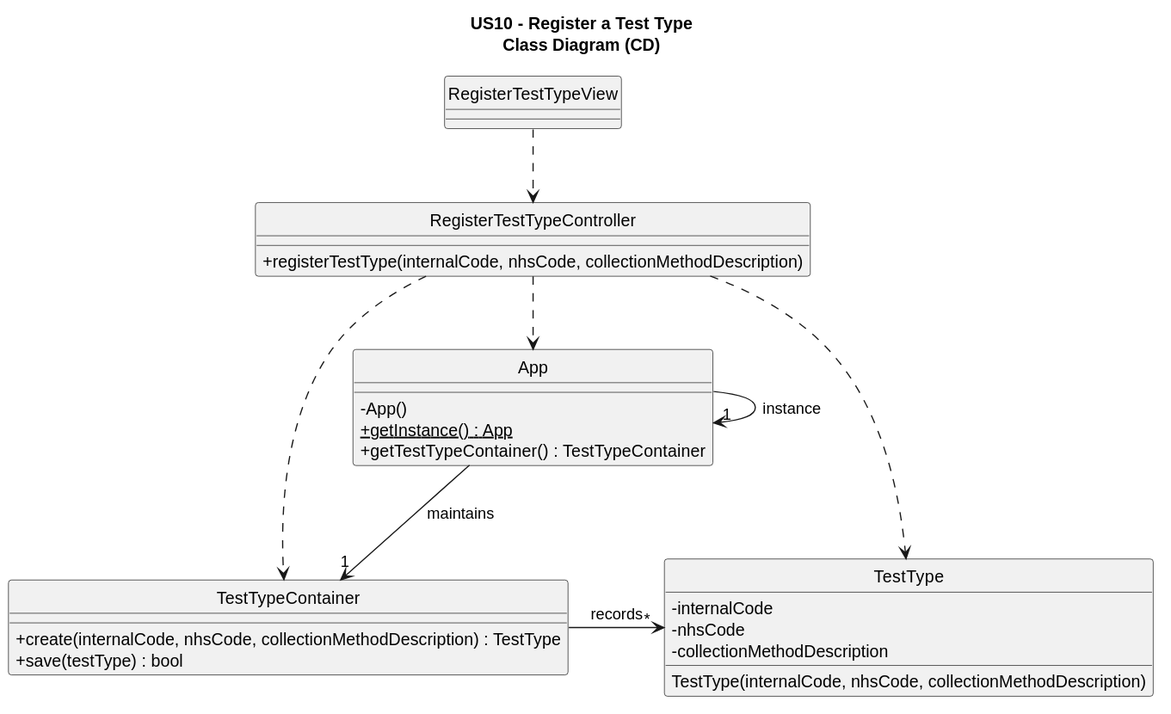
This is docs/system-documentation/US10/svg/US10-CD.svg from jmaia574/leti-esoft-26-27-B6, a PlantUML export, as it was before one commit.
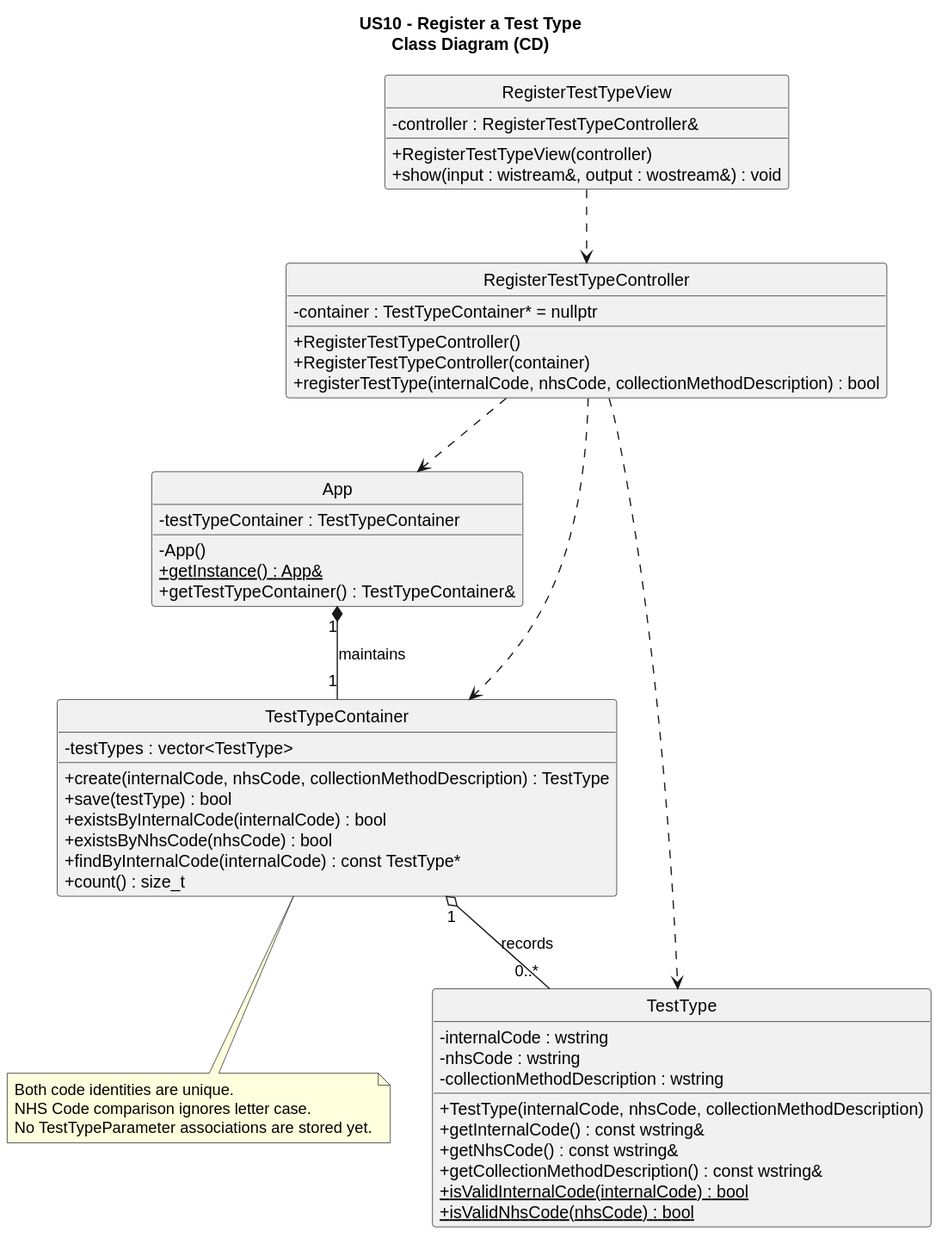
The same file after the commit.

What changed in the source:
```diff
@@ -5,36 +5,58 @@
 skinparam classAttributeIconSize 0
 
 class RegisterTestTypeView {
+    -controller : RegisterTestTypeController&
+    +RegisterTestTypeView(controller)
+    +show(input : wistream&, output : wostream&) : void
 }
 
 class RegisterTestTypeController {
-    +registerTestType(internalCode, nhsCode, collectionMethodDescription)
+    -container : TestTypeContainer* = nullptr
+    +RegisterTestTypeController()
+    +RegisterTestTypeController(container)
+    +registerTestType(internalCode, nhsCode, collectionMethodDescription) : bool
 }
 
 class App {
     - App()
-    +{static} getInstance() : App
-    +getTestTypeContainer() : TestTypeContainer
+    -testTypeContainer : TestTypeContainer
+    +{static} getInstance() : App&
+    +getTestTypeContainer() : TestTypeContainer&
 }
 
 class TestTypeContainer {
+    -testTypes : vector<TestType>
     +create(internalCode, nhsCode, collectionMethodDescription) : TestType
     +save(testType) : bool
+    +existsByInternalCode(internalCode) : bool
+    +existsByNhsCode(nhsCode) : bool
+    +findByInternalCode(internalCode) : const TestType*
+    +count() : size_t
 }
 
 class TestType {
-    -internalCode
-    -nhsCode
-    -collectionMethodDescription
-    TestType(internalCode, nhsCode, collectionMethodDescription)
+    -internalCode : wstring
+    -nhsCode : wstring
+    -collectionMethodDescription : wstring
+    +TestType(internalCode, nhsCode, collectionMethodDescription)
+    +getInternalCode() : const wstring&
+    +getNhsCode() : const wstring&
+    +getCollectionMethodDescription() : const wstring&
+    +{static} isValidInternalCode(internalCode) : bool
+    +{static} isValidNhsCode(nhsCode) : bool
 }
 
 RegisterTestTypeView ..> RegisterTestTypeController
 RegisterTestTypeController ..> App
-RegisterTestTypeController .> TestTypeContainer
-RegisterTestTypeController .> TestType
+RegisterTestTypeController ..> TestTypeContainer
+RegisterTestTypeController ..> TestType
 
-App -> "1" App : instance
-App --> "1" TestTypeContainer : maintains
-TestTypeContainer -> "  * " TestType : records
+App "1" *-- "1" TestTypeContainer : maintains
+TestTypeContainer "1" o-- "0..*" TestType : records
+
+note bottom of TestTypeContainer
+Both code identities are unique.
+NHS Code comparison ignores letter case.
+No TestTypeParameter associations are stored yet.
+end note
 @enduml
```
